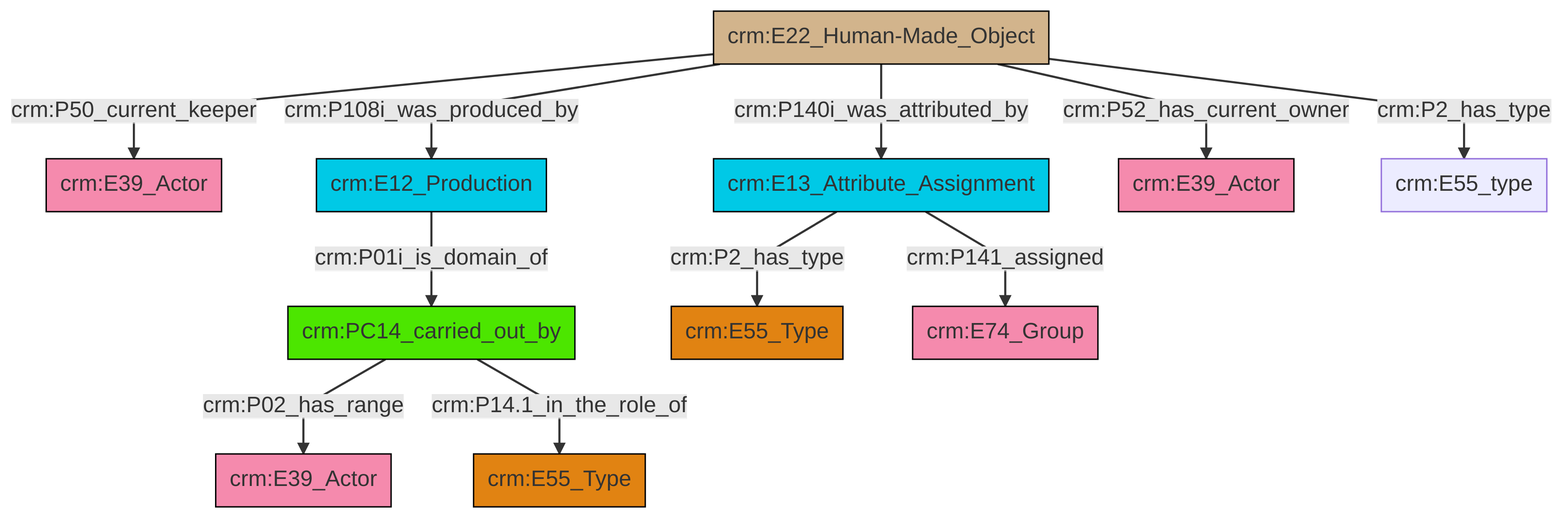
Before: et/artworkCSV/ttl/mmd/png/Artwork_Actor_Relations.png, a diagram exported from Mermaid (swiss-art-research-net/docs.swissartresearch). Its source is kept beside it as et/artworkCSV/ttl/mmd/Artwork_Actor_Relations.ttl.mmd.
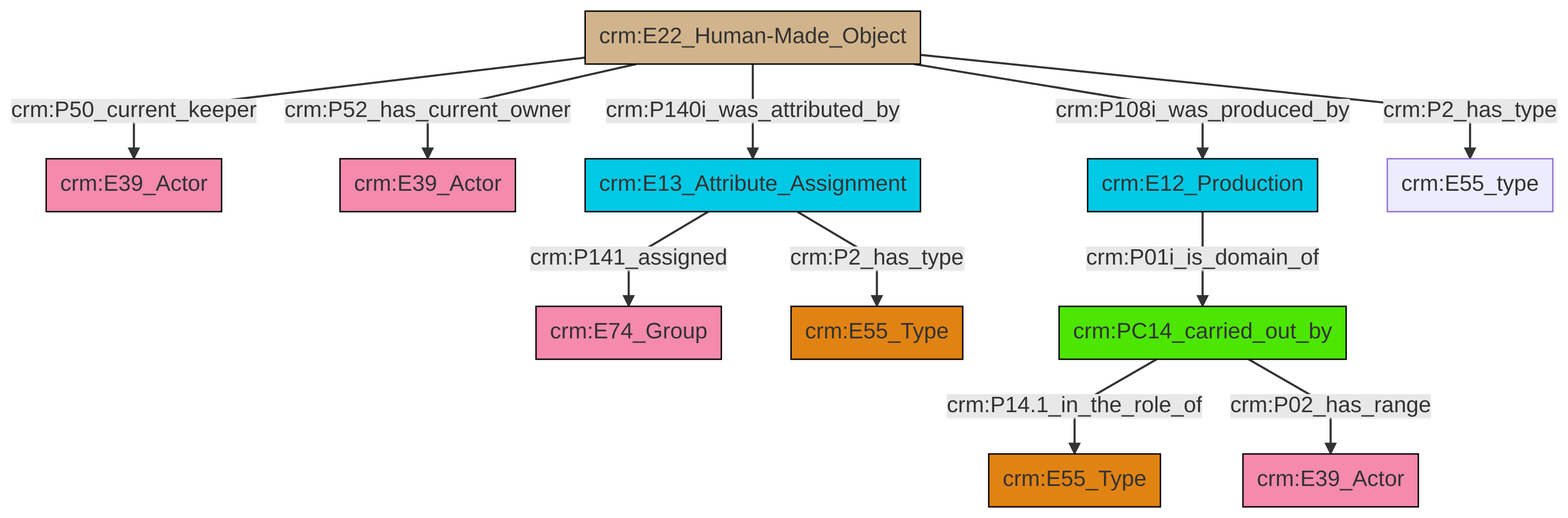
After the commit.

The edit, as a diff of the source:
```diff
@@ -14,12 +14,12 @@
 classDef Multi fill:#cccccc,stroke:#000000;
 
 0["crm:E22_Human-Made_Object"]:::Physical_Thing -->|crm:P50_current_keeper| 1["crm:E39_Actor"]:::Actor
-4["crm:E12_Production"]:::Temporal_Entity -->|crm:P01i_is_domain_of| 5["crm:PC14_carried_out_by"]:::PC_Classes
-0["crm:E22_Human-Made_Object"]:::Physical_Thing -->|crm:P108i_was_produced_by| 4["crm:E12_Production"]:::Temporal_Entity
-0["crm:E22_Human-Made_Object"]:::Physical_Thing -->|crm:P52_has_current_owner| 12["crm:E39_Actor"]:::Actor
-6["crm:E13_Attribute_Assignment"]:::Temporal_Entity -->|crm:P141_assigned| 13["crm:E74_Group"]:::Actor
-5["crm:PC14_carried_out_by"]:::PC_Classes -->|crm:P02_has_range| 2["crm:E39_Actor"]:::Actor
-6["crm:E13_Attribute_Assignment"]:::Temporal_Entity -->|crm:P2_has_type| 10["crm:E55_Type"]:::Type
-0["crm:E22_Human-Made_Object"]:::Physical_Thing -->|crm:P2_has_type| 18["crm:E55_type"]:::Default
-5["crm:PC14_carried_out_by"]:::PC_Classes -->|crm:P14.1_in_the_role_of| 8["crm:E55_Type"]:::Type
-0["crm:E22_Human-Made_Object"]:::Physical_Thing -->|crm:P140i_was_attributed_by| 6["crm:E13_Attribute_Assignment"]:::Temporal_Entity
+11["crm:E13_Attribute_Assignment"]:::Temporal_Entity -->|crm:P141_assigned| 12["crm:E74_Group"]:::Actor
+11["crm:E13_Attribute_Assignment"]:::Temporal_Entity -->|crm:P2_has_type| 3["crm:E55_Type"]:::Type
+0["crm:E22_Human-Made_Object"]:::Physical_Thing -->|crm:P52_has_current_owner| 13["crm:E39_Actor"]:::Actor
+0["crm:E22_Human-Made_Object"]:::Physical_Thing -->|crm:P140i_was_attributed_by| 11["crm:E13_Attribute_Assignment"]:::Temporal_Entity
+14["crm:E12_Production"]:::Temporal_Entity -->|crm:P01i_is_domain_of| 7["crm:PC14_carried_out_by"]:::PC_Classes
+0["crm:E22_Human-Made_Object"]:::Physical_Thing -->|crm:P108i_was_produced_by| 14["crm:E12_Production"]:::Temporal_Entity
+7["crm:PC14_carried_out_by"]:::PC_Classes -->|crm:P14.1_in_the_role_of| 20["crm:E55_Type"]:::Type
+7["crm:PC14_carried_out_by"]:::PC_Classes -->|crm:P02_has_range| 5["crm:E39_Actor"]:::Actor
+0["crm:E22_Human-Made_Object"]:::Physical_Thing -->|crm:P2_has_type| 9["crm:E55_type"]:::Default
```
